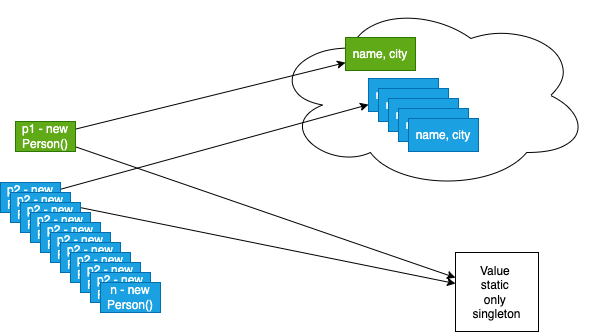
Above: images/day2.drawio.png in adithnaveen/walmart-javascript-nov-2022 (draw.io), before the change. Source tidied: cells renumbered, new cells last; positions are measured from the earlier drawing's top-left corner, leaving out a move shared by most shapes. The source it was exported from:
```xml
<mxGraphModel>
  <root>
    <mxCell id="0" />
    <mxCell id="1" parent="0" />
    <mxCell id="2" style="ellipse;shape=cloud;whiteSpace=wrap;html=1;" parent="1" vertex="1">
      <mxGeometry x="271" width="319" height="190" as="geometry" />
    </mxCell>
    <mxCell id="3" style="edgeStyle=none;html=1;" parent="1" edge="1" source="5" target="6">
      <mxGeometry relative="1" as="geometry" />
    </mxCell>
    <mxCell id="4" style="edgeStyle=none;html=1;" parent="1" edge="1" source="5" target="11">
      <mxGeometry relative="1" as="geometry" />
    </mxCell>
    <mxCell id="5" value="p1 - new Person()" style="text;html=1;strokeColor=#2D7600;fillColor=#60a917;align=center;verticalAlign=middle;whiteSpace=wrap;rounded=0;fontColor=#ffffff;" parent="1" vertex="1">
      <mxGeometry x="15" y="121" width="60" height="30" as="geometry" />
    </mxCell>
    <mxCell id="6" value="name, city" style="rounded=0;whiteSpace=wrap;html=1;fillColor=#60a917;fontColor=#ffffff;strokeColor=#2D7600;" parent="1" vertex="1">
      <mxGeometry x="345" y="37" width="70" height="33" as="geometry" />
    </mxCell>
    <mxCell id="7" style="edgeStyle=none;html=1;" parent="1" edge="1" source="9" target="10">
      <mxGeometry relative="1" as="geometry" />
    </mxCell>
    <mxCell id="8" style="edgeStyle=none;html=1;" parent="1" edge="1" source="9" target="11">
      <mxGeometry relative="1" as="geometry" />
    </mxCell>
    <mxCell id="9" value="p2 - new Person()" style="text;html=1;strokeColor=#006EAF;fillColor=#1ba1e2;align=center;verticalAlign=middle;whiteSpace=wrap;rounded=0;fontColor=#ffffff;" parent="1" vertex="1">
      <mxGeometry y="182" width="60" height="30" as="geometry" />
    </mxCell>
    <mxCell id="10" value="name, city" style="rounded=0;whiteSpace=wrap;html=1;fillColor=#1ba1e2;fontColor=#ffffff;strokeColor=#006EAF;" parent="1" vertex="1">
      <mxGeometry x="368" y="78" width="70" height="33" as="geometry" />
    </mxCell>
    <mxCell id="11" value="Value&amp;nbsp;&lt;br&gt;static&amp;nbsp;&lt;br&gt;only&amp;nbsp;&lt;br&gt;singleton" style="rounded=0;whiteSpace=wrap;html=1;" parent="1" vertex="1">
      <mxGeometry x="455" y="252" width="83" height="79" as="geometry" />
    </mxCell>
    <mxCell id="12" value="p2 - new Person()" style="text;html=1;strokeColor=#006EAF;fillColor=#1ba1e2;align=center;verticalAlign=middle;whiteSpace=wrap;rounded=0;fontColor=#ffffff;" parent="1" vertex="1">
      <mxGeometry x="10" y="192" width="60" height="30" as="geometry" />
    </mxCell>
    <mxCell id="13" value="p2 - new Person()" style="text;html=1;strokeColor=#006EAF;fillColor=#1ba1e2;align=center;verticalAlign=middle;whiteSpace=wrap;rounded=0;fontColor=#ffffff;" parent="1" vertex="1">
      <mxGeometry x="20" y="202" width="60" height="30" as="geometry" />
    </mxCell>
    <mxCell id="14" value="p2 - new Person()" style="text;html=1;strokeColor=#006EAF;fillColor=#1ba1e2;align=center;verticalAlign=middle;whiteSpace=wrap;rounded=0;fontColor=#ffffff;" parent="1" vertex="1">
      <mxGeometry x="30" y="212" width="60" height="30" as="geometry" />
    </mxCell>
    <mxCell id="15" value="p2 - new Person()" style="text;html=1;strokeColor=#006EAF;fillColor=#1ba1e2;align=center;verticalAlign=middle;whiteSpace=wrap;rounded=0;fontColor=#ffffff;" parent="1" vertex="1">
      <mxGeometry x="40" y="222" width="60" height="30" as="geometry" />
    </mxCell>
    <mxCell id="16" value="p2 - new Person()" style="text;html=1;strokeColor=#006EAF;fillColor=#1ba1e2;align=center;verticalAlign=middle;whiteSpace=wrap;rounded=0;fontColor=#ffffff;" parent="1" vertex="1">
      <mxGeometry x="50" y="232" width="60" height="30" as="geometry" />
    </mxCell>
    <mxCell id="17" value="p2 - new Person()" style="text;html=1;strokeColor=#006EAF;fillColor=#1ba1e2;align=center;verticalAlign=middle;whiteSpace=wrap;rounded=0;fontColor=#ffffff;" parent="1" vertex="1">
      <mxGeometry x="60" y="242" width="60" height="30" as="geometry" />
    </mxCell>
    <mxCell id="18" value="p2 - new Person()" style="text;html=1;strokeColor=#006EAF;fillColor=#1ba1e2;align=center;verticalAlign=middle;whiteSpace=wrap;rounded=0;fontColor=#ffffff;" parent="1" vertex="1">
      <mxGeometry x="70" y="252" width="60" height="30" as="geometry" />
    </mxCell>
    <mxCell id="19" value="p2 - new Person()" style="text;html=1;strokeColor=#006EAF;fillColor=#1ba1e2;align=center;verticalAlign=middle;whiteSpace=wrap;rounded=0;fontColor=#ffffff;" parent="1" vertex="1">
      <mxGeometry x="80" y="262" width="60" height="30" as="geometry" />
    </mxCell>
    <mxCell id="20" value="p2 - new Person()" style="text;html=1;strokeColor=#006EAF;fillColor=#1ba1e2;align=center;verticalAlign=middle;whiteSpace=wrap;rounded=0;fontColor=#ffffff;" parent="1" vertex="1">
      <mxGeometry x="90" y="272" width="60" height="30" as="geometry" />
    </mxCell>
    <mxCell id="21" value="n - new Person()" style="text;html=1;strokeColor=#006EAF;fillColor=#1ba1e2;align=center;verticalAlign=middle;whiteSpace=wrap;rounded=0;fontColor=#ffffff;" parent="1" vertex="1">
      <mxGeometry x="100" y="282" width="60" height="30" as="geometry" />
    </mxCell>
    <mxCell id="22" value="name, city" style="rounded=0;whiteSpace=wrap;html=1;fillColor=#1ba1e2;fontColor=#ffffff;strokeColor=#006EAF;" parent="1" vertex="1">
      <mxGeometry x="378" y="88" width="70" height="33" as="geometry" />
    </mxCell>
    <mxCell id="23" value="name, city" style="rounded=0;whiteSpace=wrap;html=1;fillColor=#1ba1e2;fontColor=#ffffff;strokeColor=#006EAF;" parent="1" vertex="1">
      <mxGeometry x="388" y="98" width="70" height="33" as="geometry" />
    </mxCell>
    <mxCell id="24" value="name, city" style="rounded=0;whiteSpace=wrap;html=1;fillColor=#1ba1e2;fontColor=#ffffff;strokeColor=#006EAF;" parent="1" vertex="1">
      <mxGeometry x="398" y="108" width="70" height="33" as="geometry" />
    </mxCell>
    <mxCell id="25" value="name, city" style="rounded=0;whiteSpace=wrap;html=1;fillColor=#1ba1e2;fontColor=#ffffff;strokeColor=#006EAF;" parent="1" vertex="1">
      <mxGeometry x="408" y="118" width="70" height="33" as="geometry" />
    </mxCell>
  </root>
</mxGraphModel>
```
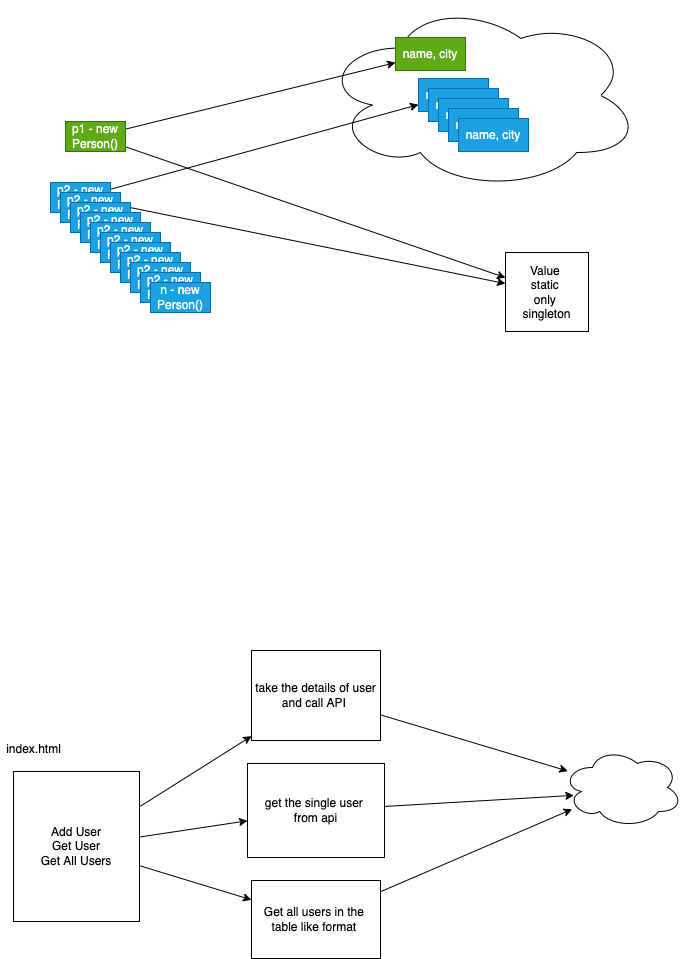
The same file after the commit.

Diff of the diagram source:
```diff
@@ -74,5 +74,41 @@
     <mxCell id="25" value="name, city" style="rounded=0;whiteSpace=wrap;html=1;fillColor=#1ba1e2;fontColor=#ffffff;strokeColor=#006EAF;" parent="1" vertex="1">
       <mxGeometry x="408" y="118" width="70" height="33" as="geometry" />
     </mxCell>
+    <mxCell id="26" style="edgeStyle=none;html=1;" parent="1" edge="1" source="29" target="32">
+      <mxGeometry relative="1" as="geometry" />
+    </mxCell>
+    <mxCell id="27" style="edgeStyle=none;html=1;" parent="1" edge="1" source="29" target="34">
+      <mxGeometry relative="1" as="geometry" />
+    </mxCell>
+    <mxCell id="28" style="edgeStyle=none;html=1;" parent="1" edge="1" source="29" target="36">
+      <mxGeometry relative="1" as="geometry" />
+    </mxCell>
+    <mxCell id="29" value="Add User&lt;br&gt;Get User&lt;br&gt;Get All Users" style="rounded=0;whiteSpace=wrap;html=1;" parent="1" vertex="1">
+      <mxGeometry x="-37" y="771" width="126" height="150" as="geometry" />
+    </mxCell>
+    <mxCell id="30" value="index.html" style="text;html=1;align=center;verticalAlign=middle;strokeColor=none;fillColor=none;" parent="1" vertex="1">
+      <mxGeometry x="-50" y="740" width="65" height="18" as="geometry" />
+    </mxCell>
+    <mxCell id="31" style="edgeStyle=none;html=1;" parent="1" edge="1" source="32" target="37">
+      <mxGeometry relative="1" as="geometry" />
+    </mxCell>
+    <mxCell id="32" value="take the details of user and call API&amp;nbsp;" style="rounded=0;whiteSpace=wrap;html=1;" parent="1" vertex="1">
+      <mxGeometry x="201" y="650" width="129" height="90" as="geometry" />
+    </mxCell>
+    <mxCell id="33" style="edgeStyle=none;html=1;entryX=0.095;entryY=0.598;entryDx=0;entryDy=0;entryPerimeter=0;" parent="1" edge="1" source="34" target="37">
+      <mxGeometry relative="1" as="geometry" />
+    </mxCell>
+    <mxCell id="34" value="get the single user&amp;nbsp;&lt;br&gt;from api" style="rounded=0;whiteSpace=wrap;html=1;" parent="1" vertex="1">
+      <mxGeometry x="197" y="763" width="137" height="94" as="geometry" />
+    </mxCell>
+    <mxCell id="35" style="edgeStyle=none;html=1;" parent="1" edge="1" source="36" target="37">
+      <mxGeometry relative="1" as="geometry" />
+    </mxCell>
+    <mxCell id="36" value="Get all users in the&amp;nbsp;&lt;br&gt;table like format&amp;nbsp;" style="rounded=0;whiteSpace=wrap;html=1;" parent="1" vertex="1">
+      <mxGeometry x="201" y="880" width="129" height="78" as="geometry" />
+    </mxCell>
+    <mxCell id="37" style="ellipse;shape=cloud;whiteSpace=wrap;html=1;" parent="1" vertex="1">
+      <mxGeometry x="512" y="747" width="120" height="80" as="geometry" />
+    </mxCell>
   </root>
 </mxGraphModel>
```
